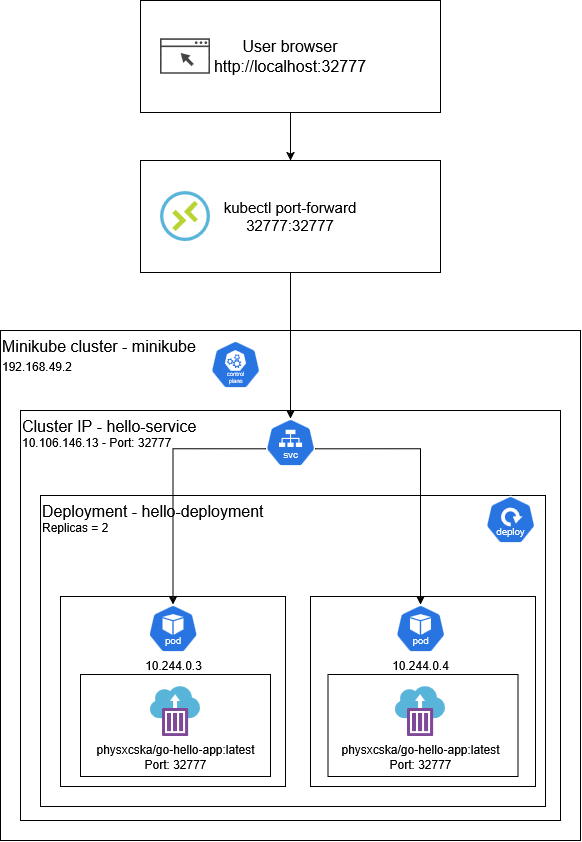
This is схема.drawio.png from physxcska/test-hello_world_app-minikube, a draw.io export, as it was before one commit. Source tidied: cells renumbered, new cells last; positions are measured from the earlier drawing's top-left corner, leaving out a move shared by most shapes. Its diagram source:
```xml
<mxGraphModel>
  <root>
    <mxCell id="0" />
    <mxCell id="1" parent="0" />
    <mxCell id="2" value="&lt;font&gt;Minikube cluster -&amp;nbsp;&lt;font&gt;minikube&lt;/font&gt;&lt;/font&gt;&lt;br&gt;&lt;font style=&quot;font-size: 12px;&quot;&gt;192.168.49.2&lt;/font&gt;" style="rounded=0;whiteSpace=wrap;html=1;align=left;verticalAlign=top;fontSize=16;" parent="1" vertex="1">
      <mxGeometry y="330" width="580" height="510" as="geometry" />
    </mxCell>
    <mxCell id="3" value="&lt;font style=&quot;font-size: 16px;&quot;&gt;Cluster IP - hello-service&lt;/font&gt;&lt;br&gt;10.106.146.13 -&amp;nbsp;Port: 32777" style="rounded=0;whiteSpace=wrap;html=1;fillColor=none;strokeColor=light-dark(#000000,#FFFFFF);verticalAlign=top;align=left;" parent="1" vertex="1">
      <mxGeometry x="20" y="410" width="540" height="410" as="geometry" />
    </mxCell>
    <mxCell id="4" value="&lt;font style=&quot;font-size: 16px;&quot;&gt;Deployment - hello-deployment&lt;br&gt;&lt;/font&gt;&lt;div&gt;&lt;font&gt;Replicas = 2&lt;/font&gt;&lt;/div&gt;" style="rounded=0;whiteSpace=wrap;html=1;fillColor=none;strokeColor=light-dark(#000000,#FFFFFF);verticalAlign=top;align=left;" parent="1" vertex="1">
      <mxGeometry x="40" y="495" width="505" height="311" as="geometry" />
    </mxCell>
    <mxCell id="5" style="edgeStyle=orthogonalEdgeStyle;rounded=0;jettySize=auto;html=1;exitX=0.5;exitY=1;exitDx=0;exitDy=0;entryX=0.5;entryY=0;entryDx=0;entryDy=0;" parent="1" edge="1" source="6" target="7">
      <mxGeometry relative="1" as="geometry" />
    </mxCell>
    <mxCell id="6" value="&lt;font style=&quot;font-size: 16px;&quot;&gt;User browser&lt;br&gt;http://localhost:32777&lt;/font&gt;" style="rounded=0;whiteSpace=wrap;html=1;" parent="1" vertex="1">
      <mxGeometry x="140" width="300" height="112" as="geometry" />
    </mxCell>
    <mxCell id="7" value="&lt;font style=&quot;font-size: 15px;&quot;&gt;kubectl port-forward&lt;br&gt;32777:32777&lt;/font&gt;" style="rounded=0;whiteSpace=wrap;html=1;" parent="1" vertex="1">
      <mxGeometry x="140" y="160" width="300" height="112" as="geometry" />
    </mxCell>
    <mxCell id="8" style="rounded=0;whiteSpace=wrap;html=1;fillColor=none;strokeColor=light-dark(#000000,#FFFFFF);" parent="1" vertex="1">
      <mxGeometry x="310" y="596" width="225" height="190" as="geometry" />
    </mxCell>
    <mxCell id="9" style="rounded=0;whiteSpace=wrap;html=1;fillColor=none;strokeColor=light-dark(#000000,#FFFFFF);" parent="1" vertex="1">
      <mxGeometry x="60" y="596" width="225" height="190" as="geometry" />
    </mxCell>
    <mxCell id="10" style="rounded=0;whiteSpace=wrap;html=1;fillColor=none;strokeColor=light-dark(#000000,#FFFFFF);" parent="1" vertex="1">
      <mxGeometry x="327.5" y="674" width="190" height="102" as="geometry" />
    </mxCell>
    <mxCell id="11" style="rounded=0;whiteSpace=wrap;html=1;fillColor=none;strokeColor=light-dark(#000000,#FFFFFF);" parent="1" vertex="1">
      <mxGeometry x="80" y="674" width="190" height="102" as="geometry" />
    </mxCell>
    <mxCell id="12" style="sketch=0;html=1;dashed=0;whitespace=wrap;verticalLabelPosition=bottom;verticalAlign=top;fillColor=#2875E2;strokeColor=#ffffff;points=[[0.005,0.63,0],[0.1,0.2,0],[0.9,0.2,0],[0.5,0,0],[0.995,0.63,0],[0.72,0.99,0],[0.5,1,0],[0.28,0.99,0]];shape=mxgraph.kubernetes.icon2;kubernetesLabel=1;prIcon=svc;" parent="1" vertex="1">
      <mxGeometry x="265" y="418" width="50" height="48" as="geometry" />
    </mxCell>
    <mxCell id="13" style="sketch=0;html=1;dashed=0;whitespace=wrap;verticalLabelPosition=bottom;verticalAlign=top;fillColor=#2875E2;strokeColor=#ffffff;shape=mxgraph.kubernetes.icon2;kubernetesLabel=1;prIcon=deploy;" parent="1" vertex="1">
      <mxGeometry x="485" y="495" width="50" height="48" as="geometry" />
    </mxCell>
    <mxCell id="14" style="sketch=0;html=1;dashed=0;whitespace=wrap;verticalLabelPosition=bottom;verticalAlign=top;fillColor=#2875E2;strokeColor=#ffffff;shape=mxgraph.kubernetes.icon2;kubernetesLabel=1;prIcon=control_plane;" parent="1" vertex="1">
      <mxGeometry x="210" y="340" width="50" height="48" as="geometry" />
    </mxCell>
    <mxCell id="15" value="physxcska/go-hello-app:latest&lt;br&gt;Port: 32777" style="image;sketch=0;html=1;align=center;fontSize=12;image=img/lib/mscae/Container_Instances.svg;" parent="1" vertex="1">
      <mxGeometry x="150" y="686" width="50" height="50" as="geometry" />
    </mxCell>
    <mxCell id="16" value="physxcska/go-hello-app:latest&lt;br&gt;Port: 32777" style="image;sketch=0;html=1;align=center;fontSize=12;image=img/lib/mscae/Container_Instances.svg;" parent="1" vertex="1">
      <mxGeometry x="395" y="686" width="50" height="50" as="geometry" />
    </mxCell>
    <mxCell id="17" value="10.244.0.3" style="sketch=0;html=1;dashed=0;whitespace=wrap;verticalLabelPosition=bottom;verticalAlign=top;fillColor=#2875E2;strokeColor=#ffffff;points=[[0.005,0.63,0],[0.1,0.2,0],[0.9,0.2,0],[0.5,0,0],[0.995,0.63,0],[0.72,0.99,0],[0.5,1,0],[0.28,0.99,0]];shape=mxgraph.kubernetes.icon2;kubernetesLabel=1;prIcon=pod;" parent="1" vertex="1">
      <mxGeometry x="147.5" y="604" width="50" height="48" as="geometry" />
    </mxCell>
    <mxCell id="18" value="10.244.0.4" style="sketch=0;html=1;dashed=0;whitespace=wrap;verticalLabelPosition=bottom;verticalAlign=top;fillColor=#2875E2;strokeColor=#ffffff;points=[[0.005,0.63,0],[0.1,0.2,0],[0.9,0.2,0],[0.5,0,0],[0.995,0.63,0],[0.72,0.99,0],[0.5,1,0],[0.28,0.99,0]];shape=mxgraph.kubernetes.icon2;kubernetesLabel=1;prIcon=pod;" parent="1" vertex="1">
      <mxGeometry x="395" y="604" width="50" height="48" as="geometry" />
    </mxCell>
    <mxCell id="19" style="image;sketch=0;html=1;align=center;fontSize=12;image=img/lib/mscae/Connections.svg;" parent="1" vertex="1">
      <mxGeometry x="160" y="191" width="50" height="50" as="geometry" />
    </mxCell>
    <mxCell id="20" style="sketch=0;shadow=0;dashed=0;html=1;strokeColor=none;fillColor=#434445;labelPosition=center;verticalLabelPosition=bottom;verticalAlign=top;align=center;shape=mxgraph.vvd.web_browser;" parent="1" vertex="1">
      <mxGeometry x="160" y="38.2" width="50" height="35.5" as="geometry" />
    </mxCell>
    <mxCell id="21" style="edgeStyle=orthogonalEdgeStyle;rounded=0;jettySize=auto;html=1;exitX=0.995;exitY=0.63;exitDx=0;exitDy=0;exitPerimeter=0;entryX=0.5;entryY=0;entryDx=0;entryDy=0;entryPerimeter=0;" parent="1" edge="1" source="12" target="18">
      <mxGeometry relative="1" as="geometry" />
    </mxCell>
    <mxCell id="22" style="edgeStyle=orthogonalEdgeStyle;rounded=0;jettySize=auto;html=1;exitX=0.005;exitY=0.63;exitDx=0;exitDy=0;exitPerimeter=0;entryX=0.5;entryY=0;entryDx=0;entryDy=0;entryPerimeter=0;" parent="1" edge="1" source="12" target="17">
      <mxGeometry relative="1" as="geometry" />
    </mxCell>
    <mxCell id="23" style="edgeStyle=orthogonalEdgeStyle;rounded=0;jettySize=auto;html=1;exitX=0.5;exitY=1;exitDx=0;exitDy=0;entryX=0.5;entryY=0;entryDx=0;entryDy=0;entryPerimeter=0;" parent="1" edge="1" source="7" target="12">
      <mxGeometry relative="1" as="geometry" />
    </mxCell>
  </root>
</mxGraphModel>
```
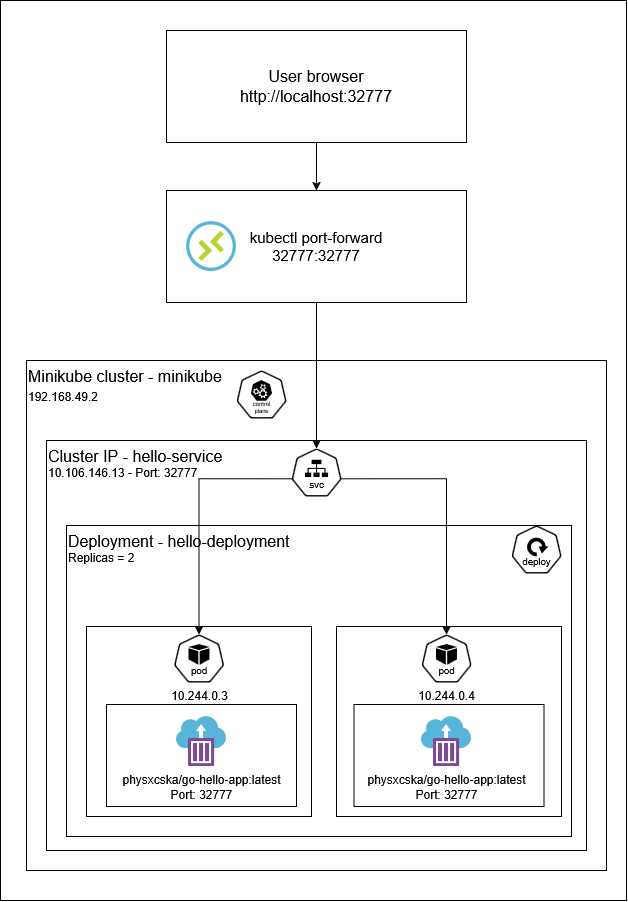
After the commit.

Change to the diagram source:
```diff
@@ -2,70 +2,73 @@
   <root>
     <mxCell id="0" />
     <mxCell id="1" parent="0" />
+    <mxCell id="24" style="rounded=0;whiteSpace=wrap;html=1;" parent="1" vertex="1">
+      <mxGeometry x="-26" y="-30" width="626" height="900" as="geometry" />
+    </mxCell>
-    <mxCell id="2" value="&lt;font&gt;Minikube cluster -&amp;nbsp;&lt;font&gt;minikube&lt;/font&gt;&lt;/font&gt;&lt;br&gt;&lt;font style=&quot;font-size: 12px;&quot;&gt;192.168.49.2&lt;/font&gt;" style="rounded=0;whiteSpace=wrap;html=1;align=left;verticalAlign=top;fontSize=16;" parent="1" vertex="1">
+    <mxCell id="2" value="&lt;font&gt;Minikube cluster -&amp;nbsp;&lt;font&gt;minikube&lt;/font&gt;&lt;/font&gt;&lt;br&gt;&lt;font style=&quot;font-size: 12px;&quot;&gt;192.168.49.2&lt;/font&gt;" style="rounded=0;whiteSpace=wrap;html=1;align=left;verticalAlign=top;fontSize=16;labelBackgroundColor=none;" parent="1" vertex="1">
       <mxGeometry y="330" width="580" height="510" as="geometry" />
     </mxCell>
-    <mxCell id="3" value="&lt;font style=&quot;font-size: 16px;&quot;&gt;Cluster IP - hello-service&lt;/font&gt;&lt;br&gt;10.106.146.13 -&amp;nbsp;Port: 32777" style="rounded=0;whiteSpace=wrap;html=1;fillColor=none;strokeColor=light-dark(#000000,#FFFFFF);verticalAlign=top;align=left;" parent="1" vertex="1">
+    <mxCell id="3" value="&lt;font style=&quot;font-size: 16px;&quot;&gt;Cluster IP - hello-service&lt;/font&gt;&lt;br&gt;10.106.146.13 -&amp;nbsp;Port: 32777" style="rounded=0;whiteSpace=wrap;html=1;fillColor=none;verticalAlign=top;align=left;labelBackgroundColor=none;" parent="1" vertex="1">
       <mxGeometry x="20" y="410" width="540" height="410" as="geometry" />
     </mxCell>
-    <mxCell id="4" value="&lt;font style=&quot;font-size: 16px;&quot;&gt;Deployment - hello-deployment&lt;br&gt;&lt;/font&gt;&lt;div&gt;&lt;font&gt;Replicas = 2&lt;/font&gt;&lt;/div&gt;" style="rounded=0;whiteSpace=wrap;html=1;fillColor=none;strokeColor=light-dark(#000000,#FFFFFF);verticalAlign=top;align=left;" parent="1" vertex="1">
+    <mxCell id="4" value="&lt;font style=&quot;font-size: 16px;&quot;&gt;Deployment - hello-deployment&lt;br&gt;&lt;/font&gt;&lt;div&gt;&lt;font&gt;Replicas = 2&lt;/font&gt;&lt;/div&gt;" style="rounded=0;whiteSpace=wrap;html=1;fillColor=none;verticalAlign=top;align=left;labelBackgroundColor=none;" parent="1" vertex="1">
       <mxGeometry x="40" y="495" width="505" height="311" as="geometry" />
     </mxCell>
-    <mxCell id="5" style="edgeStyle=orthogonalEdgeStyle;rounded=0;jettySize=auto;html=1;exitX=0.5;exitY=1;exitDx=0;exitDy=0;entryX=0.5;entryY=0;entryDx=0;entryDy=0;" parent="1" edge="1" source="6" target="7">
+    <mxCell id="5" style="edgeStyle=orthogonalEdgeStyle;rounded=0;jettySize=auto;html=1;exitX=0.5;exitY=1;exitDx=0;exitDy=0;entryX=0.5;entryY=0;entryDx=0;entryDy=0;labelBackgroundColor=none;fontColor=default;" parent="1" edge="1" source="6" target="7">
       <mxGeometry relative="1" as="geometry" />
     </mxCell>
-    <mxCell id="6" value="&lt;font style=&quot;font-size: 16px;&quot;&gt;User browser&lt;br&gt;http://localhost:32777&lt;/font&gt;" style="rounded=0;whiteSpace=wrap;html=1;" parent="1" vertex="1">
+    <mxCell id="6" value="&lt;font style=&quot;font-size: 16px;&quot;&gt;User browser&lt;br&gt;http://localhost:32777&lt;/font&gt;" style="rounded=0;whiteSpace=wrap;html=1;labelBackgroundColor=none;" parent="1" vertex="1">
       <mxGeometry x="140" width="300" height="112" as="geometry" />
     </mxCell>
-    <mxCell id="7" value="&lt;font style=&quot;font-size: 15px;&quot;&gt;kubectl port-forward&lt;br&gt;32777:32777&lt;/font&gt;" style="rounded=0;whiteSpace=wrap;html=1;" parent="1" vertex="1">
+    <mxCell id="7" value="&lt;font style=&quot;font-size: 15px;&quot;&gt;kubectl port-forward&lt;br&gt;32777:32777&lt;/font&gt;" style="rounded=0;whiteSpace=wrap;html=1;labelBackgroundColor=none;" parent="1" vertex="1">
       <mxGeometry x="140" y="160" width="300" height="112" as="geometry" />
     </mxCell>
-    <mxCell id="8" style="rounded=0;whiteSpace=wrap;html=1;fillColor=none;strokeColor=light-dark(#000000,#FFFFFF);" parent="1" vertex="1">
+    <mxCell id="8" style="rounded=0;whiteSpace=wrap;html=1;fillColor=none;labelBackgroundColor=none;" parent="1" vertex="1">
       <mxGeometry x="310" y="596" width="225" height="190" as="geometry" />
     </mxCell>
-    <mxCell id="9" style="rounded=0;whiteSpace=wrap;html=1;fillColor=none;strokeColor=light-dark(#000000,#FFFFFF);" parent="1" vertex="1">
+    <mxCell id="9" style="rounded=0;whiteSpace=wrap;html=1;fillColor=none;labelBackgroundColor=none;" parent="1" vertex="1">
       <mxGeometry x="60" y="596" width="225" height="190" as="geometry" />
     </mxCell>
-    <mxCell id="10" style="rounded=0;whiteSpace=wrap;html=1;fillColor=none;strokeColor=light-dark(#000000,#FFFFFF);" parent="1" vertex="1">
+    <mxCell id="10" style="rounded=0;whiteSpace=wrap;html=1;fillColor=none;labelBackgroundColor=none;" parent="1" vertex="1">
       <mxGeometry x="327.5" y="674" width="190" height="102" as="geometry" />
     </mxCell>
-    <mxCell id="11" style="rounded=0;whiteSpace=wrap;html=1;fillColor=none;strokeColor=light-dark(#000000,#FFFFFF);" parent="1" vertex="1">
+    <mxCell id="11" style="rounded=0;whiteSpace=wrap;html=1;fillColor=none;labelBackgroundColor=none;" parent="1" vertex="1">
       <mxGeometry x="80" y="674" width="190" height="102" as="geometry" />
     </mxCell>
-    <mxCell id="12" style="sketch=0;html=1;dashed=0;whitespace=wrap;verticalLabelPosition=bottom;verticalAlign=top;fillColor=#2875E2;strokeColor=#ffffff;points=[[0.005,0.63,0],[0.1,0.2,0],[0.9,0.2,0],[0.5,0,0],[0.995,0.63,0],[0.72,0.99,0],[0.5,1,0],[0.28,0.99,0]];shape=mxgraph.kubernetes.icon2;kubernetesLabel=1;prIcon=svc;" parent="1" vertex="1">
+    <mxCell id="12" style="sketch=0;html=1;dashed=0;whitespace=wrap;verticalLabelPosition=bottom;verticalAlign=top;points=[[0.005,0.63,0],[0.1,0.2,0],[0.9,0.2,0],[0.5,0,0],[0.995,0.63,0],[0.72,0.99,0],[0.5,1,0],[0.28,0.99,0]];shape=mxgraph.kubernetes.icon2;kubernetesLabel=1;prIcon=svc;labelBackgroundColor=none;" parent="1" vertex="1">
       <mxGeometry x="265" y="418" width="50" height="48" as="geometry" />
     </mxCell>
-    <mxCell id="13" style="sketch=0;html=1;dashed=0;whitespace=wrap;verticalLabelPosition=bottom;verticalAlign=top;fillColor=#2875E2;strokeColor=#ffffff;shape=mxgraph.kubernetes.icon2;kubernetesLabel=1;prIcon=deploy;" parent="1" vertex="1">
+    <mxCell id="13" style="sketch=0;html=1;dashed=0;whitespace=wrap;verticalLabelPosition=bottom;verticalAlign=top;shape=mxgraph.kubernetes.icon2;kubernetesLabel=1;prIcon=deploy;labelBackgroundColor=none;" parent="1" vertex="1">
       <mxGeometry x="485" y="495" width="50" height="48" as="geometry" />
     </mxCell>
-    <mxCell id="14" style="sketch=0;html=1;dashed=0;whitespace=wrap;verticalLabelPosition=bottom;verticalAlign=top;fillColor=#2875E2;strokeColor=#ffffff;shape=mxgraph.kubernetes.icon2;kubernetesLabel=1;prIcon=control_plane;" parent="1" vertex="1">
+    <mxCell id="14" style="sketch=0;html=1;dashed=0;whitespace=wrap;verticalLabelPosition=bottom;verticalAlign=top;shape=mxgraph.kubernetes.icon2;kubernetesLabel=1;prIcon=control_plane;labelBackgroundColor=none;" parent="1" vertex="1">
       <mxGeometry x="210" y="340" width="50" height="48" as="geometry" />
     </mxCell>
-    <mxCell id="15" value="physxcska/go-hello-app:latest&lt;br&gt;Port: 32777" style="image;sketch=0;html=1;align=center;fontSize=12;image=img/lib/mscae/Container_Instances.svg;" parent="1" vertex="1">
+    <mxCell id="15" value="physxcska/go-hello-app:latest&lt;br&gt;Port: 32777" style="image;sketch=0;html=1;align=center;fontSize=12;image=img/lib/mscae/Container_Instances.svg;labelBackgroundColor=none;" parent="1" vertex="1">
       <mxGeometry x="150" y="686" width="50" height="50" as="geometry" />
     </mxCell>
-    <mxCell id="16" value="physxcska/go-hello-app:latest&lt;br&gt;Port: 32777" style="image;sketch=0;html=1;align=center;fontSize=12;image=img/lib/mscae/Container_Instances.svg;" parent="1" vertex="1">
+    <mxCell id="16" value="physxcska/go-hello-app:latest&lt;br&gt;Port: 32777" style="image;sketch=0;html=1;align=center;fontSize=12;image=img/lib/mscae/Container_Instances.svg;labelBackgroundColor=none;" parent="1" vertex="1">
       <mxGeometry x="395" y="686" width="50" height="50" as="geometry" />
     </mxCell>
-    <mxCell id="17" value="10.244.0.3" style="sketch=0;html=1;dashed=0;whitespace=wrap;verticalLabelPosition=bottom;verticalAlign=top;fillColor=#2875E2;strokeColor=#ffffff;points=[[0.005,0.63,0],[0.1,0.2,0],[0.9,0.2,0],[0.5,0,0],[0.995,0.63,0],[0.72,0.99,0],[0.5,1,0],[0.28,0.99,0]];shape=mxgraph.kubernetes.icon2;kubernetesLabel=1;prIcon=pod;" parent="1" vertex="1">
+    <mxCell id="17" value="10.244.0.3" style="sketch=0;html=1;dashed=0;whitespace=wrap;verticalLabelPosition=bottom;verticalAlign=top;points=[[0.005,0.63,0],[0.1,0.2,0],[0.9,0.2,0],[0.5,0,0],[0.995,0.63,0],[0.72,0.99,0],[0.5,1,0],[0.28,0.99,0]];shape=mxgraph.kubernetes.icon2;kubernetesLabel=1;prIcon=pod;labelBackgroundColor=none;" parent="1" vertex="1">
       <mxGeometry x="147.5" y="604" width="50" height="48" as="geometry" />
     </mxCell>
-    <mxCell id="18" value="10.244.0.4" style="sketch=0;html=1;dashed=0;whitespace=wrap;verticalLabelPosition=bottom;verticalAlign=top;fillColor=#2875E2;strokeColor=#ffffff;points=[[0.005,0.63,0],[0.1,0.2,0],[0.9,0.2,0],[0.5,0,0],[0.995,0.63,0],[0.72,0.99,0],[0.5,1,0],[0.28,0.99,0]];shape=mxgraph.kubernetes.icon2;kubernetesLabel=1;prIcon=pod;" parent="1" vertex="1">
+    <mxCell id="18" value="10.244.0.4" style="sketch=0;html=1;dashed=0;whitespace=wrap;verticalLabelPosition=bottom;verticalAlign=top;points=[[0.005,0.63,0],[0.1,0.2,0],[0.9,0.2,0],[0.5,0,0],[0.995,0.63,0],[0.72,0.99,0],[0.5,1,0],[0.28,0.99,0]];shape=mxgraph.kubernetes.icon2;kubernetesLabel=1;prIcon=pod;labelBackgroundColor=none;" parent="1" vertex="1">
       <mxGeometry x="395" y="604" width="50" height="48" as="geometry" />
     </mxCell>
-    <mxCell id="19" style="image;sketch=0;html=1;align=center;fontSize=12;image=img/lib/mscae/Connections.svg;" parent="1" vertex="1">
+    <mxCell id="19" style="image;sketch=0;html=1;align=center;fontSize=12;image=img/lib/mscae/Connections.svg;labelBackgroundColor=none;" parent="1" vertex="1">
       <mxGeometry x="160" y="191" width="50" height="50" as="geometry" />
     </mxCell>
-    <mxCell id="20" style="sketch=0;shadow=0;dashed=0;html=1;strokeColor=none;fillColor=#434445;labelPosition=center;verticalLabelPosition=bottom;verticalAlign=top;align=center;shape=mxgraph.vvd.web_browser;" parent="1" vertex="1">
+    <mxCell id="20" style="sketch=0;shadow=0;dashed=0;html=1;strokeColor=none;labelPosition=center;verticalLabelPosition=bottom;verticalAlign=top;align=center;shape=mxgraph.vvd.web_browser;labelBackgroundColor=none;" parent="1" vertex="1">
       <mxGeometry x="160" y="38.2" width="50" height="35.5" as="geometry" />
     </mxCell>
-    <mxCell id="21" style="edgeStyle=orthogonalEdgeStyle;rounded=0;jettySize=auto;html=1;exitX=0.995;exitY=0.63;exitDx=0;exitDy=0;exitPerimeter=0;entryX=0.5;entryY=0;entryDx=0;entryDy=0;entryPerimeter=0;" parent="1" edge="1" source="12" target="18">
+    <mxCell id="21" style="edgeStyle=orthogonalEdgeStyle;rounded=0;jettySize=auto;html=1;exitX=0.995;exitY=0.63;exitDx=0;exitDy=0;exitPerimeter=0;entryX=0.5;entryY=0;entryDx=0;entryDy=0;entryPerimeter=0;labelBackgroundColor=none;fontColor=default;" parent="1" edge="1" source="12" target="18">
       <mxGeometry relative="1" as="geometry" />
     </mxCell>
-    <mxCell id="22" style="edgeStyle=orthogonalEdgeStyle;rounded=0;jettySize=auto;html=1;exitX=0.005;exitY=0.63;exitDx=0;exitDy=0;exitPerimeter=0;entryX=0.5;entryY=0;entryDx=0;entryDy=0;entryPerimeter=0;" parent="1" edge="1" source="12" target="17">
+    <mxCell id="22" style="edgeStyle=orthogonalEdgeStyle;rounded=0;jettySize=auto;html=1;exitX=0.005;exitY=0.63;exitDx=0;exitDy=0;exitPerimeter=0;entryX=0.5;entryY=0;entryDx=0;entryDy=0;entryPerimeter=0;labelBackgroundColor=none;fontColor=default;" parent="1" edge="1" source="12" target="17">
       <mxGeometry relative="1" as="geometry" />
     </mxCell>
-    <mxCell id="23" style="edgeStyle=orthogonalEdgeStyle;rounded=0;jettySize=auto;html=1;exitX=0.5;exitY=1;exitDx=0;exitDy=0;entryX=0.5;entryY=0;entryDx=0;entryDy=0;entryPerimeter=0;" parent="1" edge="1" source="7" target="12">
+    <mxCell id="23" style="edgeStyle=orthogonalEdgeStyle;rounded=0;jettySize=auto;html=1;exitX=0.5;exitY=1;exitDx=0;exitDy=0;entryX=0.5;entryY=0;entryDx=0;entryDy=0;entryPerimeter=0;labelBackgroundColor=none;fontColor=default;" parent="1" edge="1" source="7" target="12">
       <mxGeometry relative="1" as="geometry" />
     </mxCell>
   </root>
```
